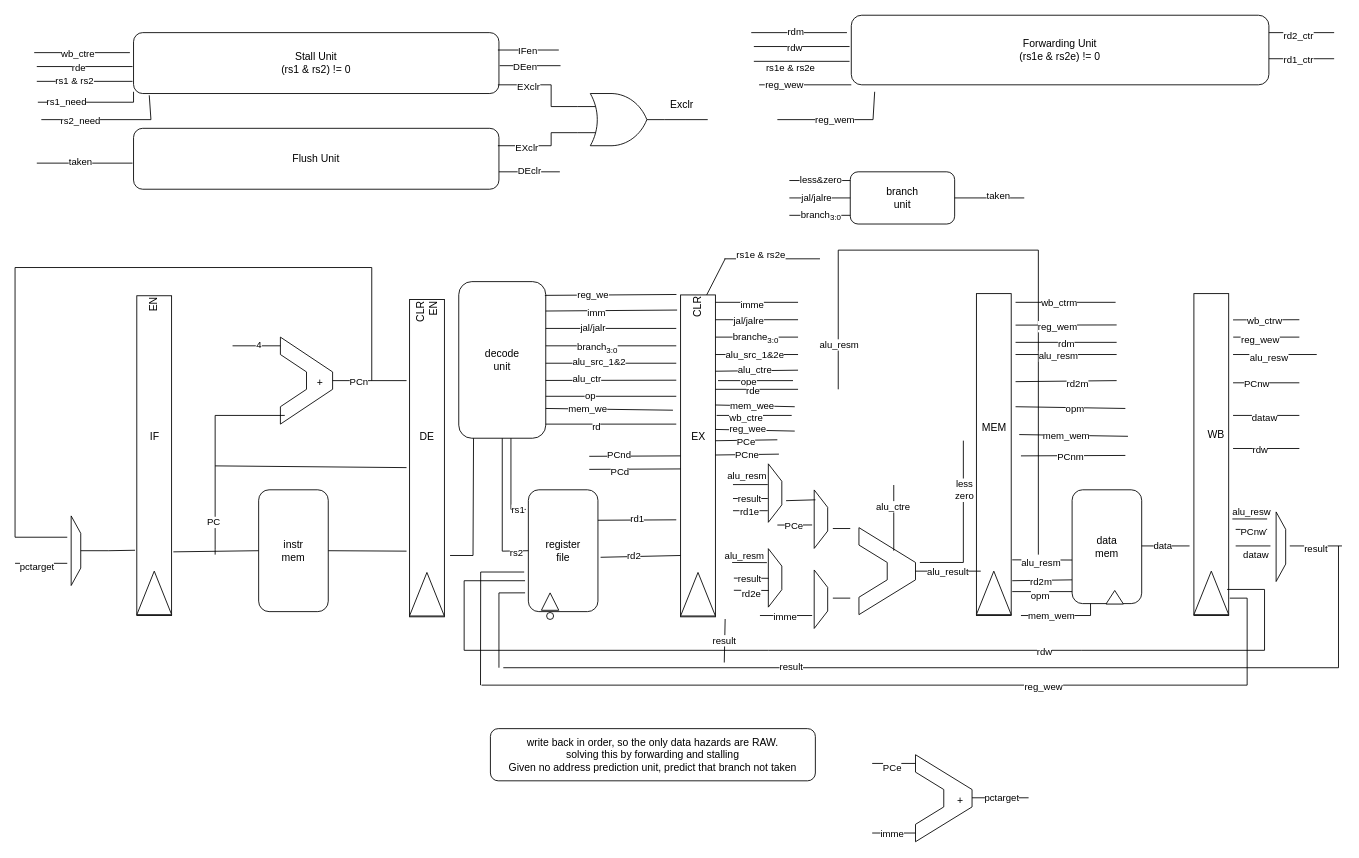
Earlier version of the draw.io diagram Schematic.drawio (kanosukii/rvcore_5stages). Source tidied: cells renumbered, new cells numbered last; positions are measured from the earlier drawing's top-left corner, leaving out a move shared by most shapes. Both pictures are drawn from the tidied source at 87%, with x=0, y=0 at pixel (-6, 15).
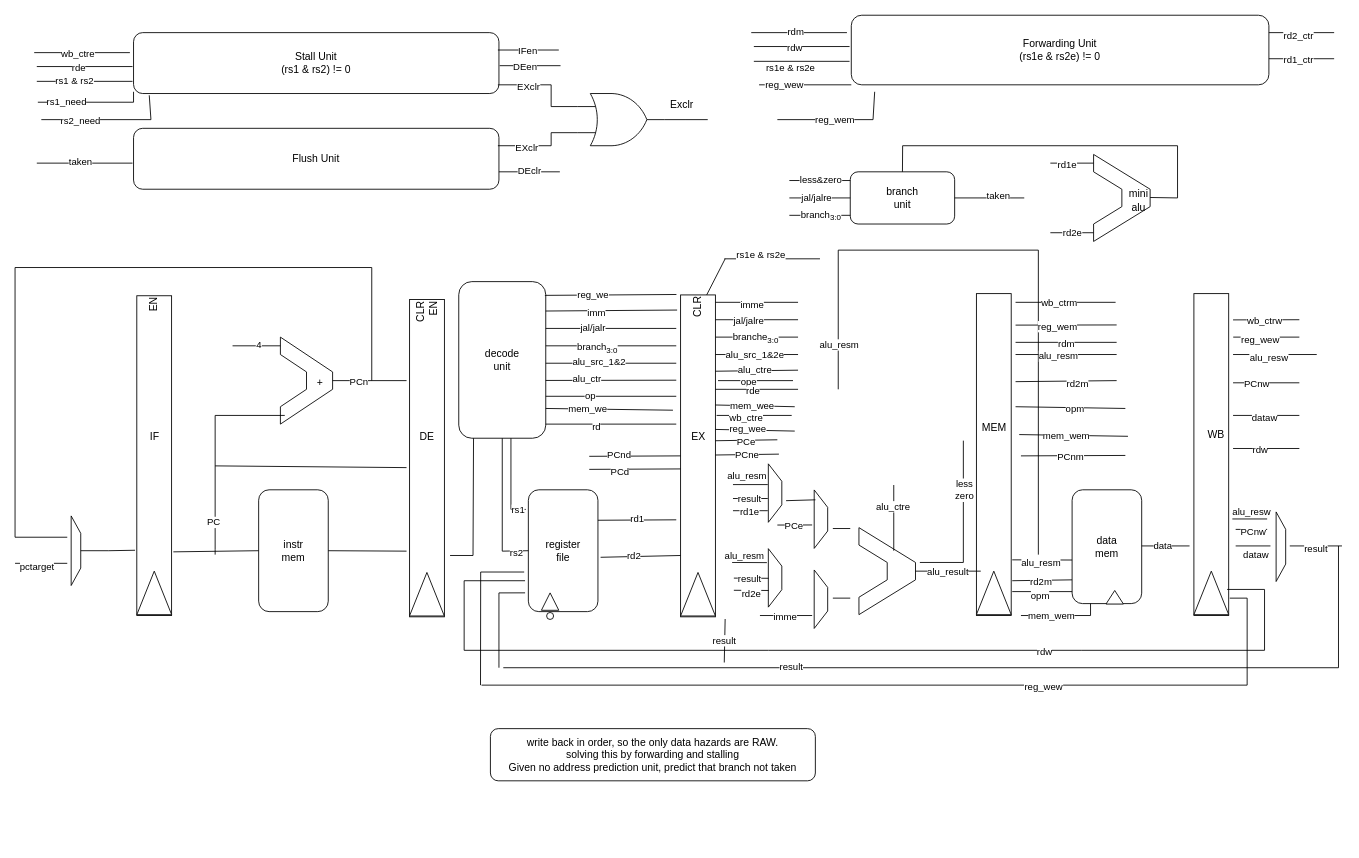
The same diagram, later.

Unchanged cells that the change refers to:
```xml
<mxCell id="65" value="branch&lt;div&gt;unit&lt;/div&gt;" style="rounded=1;whiteSpace=wrap;html=1;" parent="1" vertex="1">
  <mxGeometry x="983.8" y="180" width="120" height="60" as="geometry" />
</mxCell>
```

Change to the diagram source:
```diff
@@
     <mxCell id="30" style="group;" parent="1" vertex="1">
-      <mxGeometry x="1058.8" y="850" width="65" height="100" as="geometry" />
+      <mxGeometry x="1263.5" y="160" width="65" height="100" as="geometry" />
     </mxCell>
@@
     <mxCell id="254" style="endArrow=none;html=1;rounded=0;" parent="1" edge="1">
       <mxGeometry relative="1" as="geometry">
-        <mxPoint x="1009" y="860" as="sourcePoint" />
-        <mxPoint x="1058.8" y="860" as="targetPoint" />
+        <mxPoint x="1213.8" y="170" as="sourcePoint" />
+        <mxPoint x="1263.5" y="170" as="targetPoint" />
       </mxGeometry>
     </mxCell>
-    <mxCell id="255" value="PCe" style="edgeLabel;html=1;align=center;verticalAlign=middle;" parent="254" vertex="1">
-      <mxGeometry x="-0.12" y="-4" relative="1" as="geometry" />
-    </mxCell>
+    <mxCell id="261" value="rd1e" style="edgeLabel;html=1;align=center;verticalAlign=middle;" parent="254" vertex="1">
+      <mxGeometry x="-0.24" y="-1" relative="1" as="geometry" />
+    </mxCell>
     <mxCell id="256" style="endArrow=none;html=1;rounded=0;" parent="1" edge="1">
       <mxGeometry relative="1" as="geometry">
-        <mxPoint x="1009" y="940" as="sourcePoint" />
-        <mxPoint x="1058.8" y="940" as="targetPoint" />
+        <mxPoint x="1213.8" y="250" as="sourcePoint" />
+        <mxPoint x="1263.5" y="250" as="targetPoint" />
       </mxGeometry>
     </mxCell>
-    <mxCell id="257" value="imme" style="edgeLabel;html=1;align=center;verticalAlign=middle;" parent="256" vertex="1">
-      <mxGeometry x="-0.12" relative="1" as="geometry" />
-    </mxCell>
+    <mxCell id="262" value="rd2e" style="edgeLabel;html=1;align=center;verticalAlign=middle;" parent="256" vertex="1">
+      <mxGeometry x="0.01" y="1" relative="1" as="geometry" />
+    </mxCell>
-    <mxCell id="258" style="endArrow=none;html=1;rounded=0;" parent="1" edge="1">
+    <mxCell id="258" style="endArrow=none;html=1;rounded=0;entryX=0.5;entryY=0;entryDx=0;entryDy=0;" parent="1" edge="1" target="65">
       <mxGeometry relative="1" as="geometry">
-        <mxPoint x="1123.8" y="899.5" as="sourcePoint" />
-        <mxPoint x="1188.8" y="899.5" as="targetPoint" />
+        <mxPoint x="1328.5" y="209.5" as="sourcePoint" />
+        <Array as="points">
+          <mxPoint x="1360" y="210" />
+          <mxPoint x="1360" y="150" />
+          <mxPoint x="1044" y="150" />
+        </Array>
       </mxGeometry>
     </mxCell>
-    <mxCell id="259" value="pctarget" style="edgeLabel;html=1;align=center;verticalAlign=middle;" parent="258" vertex="1">
-      <mxGeometry x="0.05" y="1" relative="1" as="geometry">
-        <mxPoint y="1" as="offset" />
-      </mxGeometry>
-    </mxCell>
-    <mxCell id="260" value="+" style="text;html=1;align=center;verticalAlign=middle;strokeColor=none;fillColor=none;" parent="1" vertex="1">
-      <mxGeometry x="1095" y="888" width="30" height="30" as="geometry" />
+    <mxCell id="260" value="mini&lt;div&gt;alu&lt;/div&gt;" style="text;html=1;align=center;verticalAlign=middle;strokeColor=none;fillColor=none;" parent="1" vertex="1">
+      <mxGeometry x="1289.8" y="193" width="50" height="40" as="geometry" />
     </mxCell>
```
